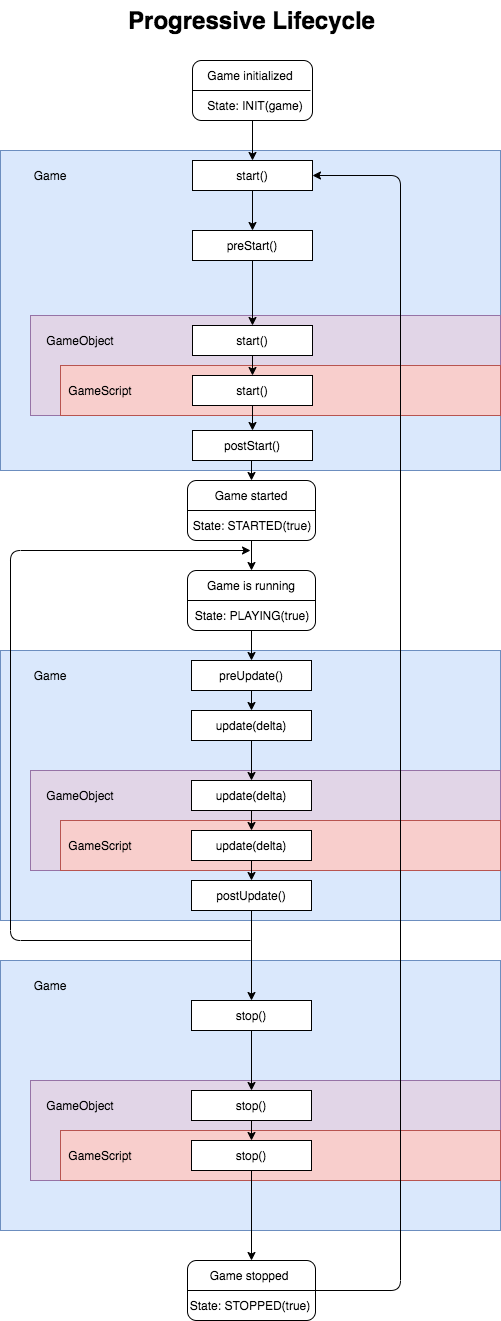
Above: Progressive lifecycle.png in CrissNamon/progressive (draw.io), before the change. Source tidied: cells renumbered, new cells last; positions are measured from the earlier drawing's top-left corner, leaving out a move shared by most shapes.
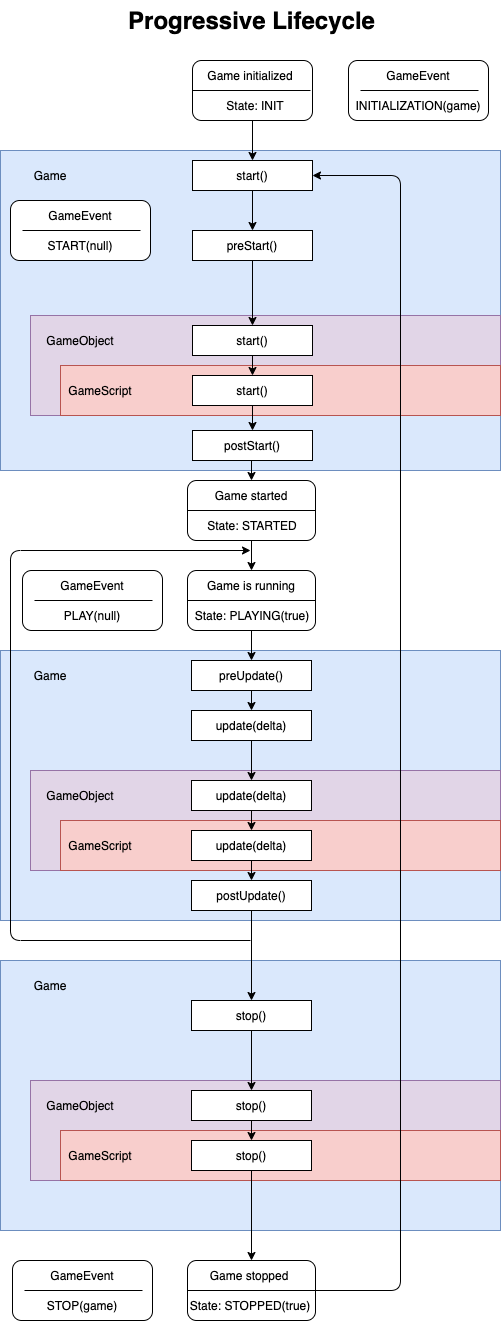
Later version of the same file.

The edit, as a diff of the source:
```diff
@@ -41,7 +41,7 @@
     <mxCell id="14" value="Game initialized" style="text;html=1;strokeColor=none;fillColor=none;align=center;verticalAlign=middle;whiteSpace=wrap;rounded=0;" parent="1" vertex="1">
       <mxGeometry x="195" y="65" width="110" height="20" as="geometry" />
     </mxCell>
-    <mxCell id="15" value="State: INIT(game)" style="text;html=1;strokeColor=none;fillColor=none;align=center;verticalAlign=middle;whiteSpace=wrap;rounded=0;" parent="1" vertex="1">
+    <mxCell id="15" value="State: INIT" style="text;html=1;strokeColor=none;fillColor=none;align=center;verticalAlign=middle;whiteSpace=wrap;rounded=0;" parent="1" vertex="1">
       <mxGeometry x="200" y="95" width="110" height="20" as="geometry" />
     </mxCell>
     <mxCell id="16" style="edgeStyle=orthogonalEdgeStyle;rounded=0;jettySize=auto;html=1;exitX=0.5;exitY=1;exitDx=0;exitDy=0;entryX=0.5;entryY=0;entryDx=0;entryDy=0;" parent="1" edge="1" source="17" target="22">
@@ -56,7 +56,7 @@
     <mxCell id="19" value="Game started" style="text;html=1;strokeColor=none;fillColor=none;align=center;verticalAlign=middle;whiteSpace=wrap;rounded=0;" parent="1" vertex="1">
       <mxGeometry x="196" y="485" width="110" height="20" as="geometry" />
     </mxCell>
-    <mxCell id="20" value="State: STARTED(true)" style="text;html=1;strokeColor=none;fillColor=none;align=center;verticalAlign=middle;whiteSpace=wrap;rounded=0;" parent="1" vertex="1">
+    <mxCell id="20" value="State: STARTED" style="text;html=1;strokeColor=none;fillColor=none;align=center;verticalAlign=middle;whiteSpace=wrap;rounded=0;" parent="1" vertex="1">
       <mxGeometry x="187" y="515" width="130" height="20" as="geometry" />
     </mxCell>
     <mxCell id="21" style="edgeStyle=orthogonalEdgeStyle;rounded=0;jettySize=auto;html=1;exitX=0.5;exitY=1;exitDx=0;exitDy=0;entryX=0.5;entryY=0;entryDx=0;entryDy=0;" parent="1" edge="1" source="22" target="12">
@@ -212,5 +212,53 @@
         </Array>
       </mxGeometry>
     </mxCell>
+    <mxCell id="68" style="rounded=1;whiteSpace=wrap;html=1;" parent="1" vertex="1">
+      <mxGeometry x="348" y="60" width="140" height="60" as="geometry" />
+    </mxCell>
+    <mxCell id="69" style="line;strokeWidth=1;html=1;" parent="1" vertex="1">
+      <mxGeometry x="360" y="85" width="118" height="10" as="geometry" />
+    </mxCell>
+    <mxCell id="70" value="GameEvent" style="text;html=1;strokeColor=none;fillColor=none;align=center;verticalAlign=middle;whiteSpace=wrap;rounded=0;" parent="1" vertex="1">
+      <mxGeometry x="363" y="65" width="110" height="20" as="geometry" />
+    </mxCell>
+    <mxCell id="71" value="INITIALIZATION(game)" style="text;html=1;strokeColor=none;fillColor=none;align=center;verticalAlign=middle;whiteSpace=wrap;rounded=0;" parent="1" vertex="1">
+      <mxGeometry x="363" y="95" width="110" height="20" as="geometry" />
+    </mxCell>
+    <mxCell id="72" style="rounded=1;whiteSpace=wrap;html=1;" parent="1" vertex="1">
+      <mxGeometry x="10" y="200" width="140" height="60" as="geometry" />
+    </mxCell>
+    <mxCell id="73" style="line;strokeWidth=1;html=1;" parent="1" vertex="1">
+      <mxGeometry x="22" y="225" width="118" height="10" as="geometry" />
+    </mxCell>
+    <mxCell id="74" value="GameEvent" style="text;html=1;strokeColor=none;fillColor=none;align=center;verticalAlign=middle;whiteSpace=wrap;rounded=0;" parent="1" vertex="1">
+      <mxGeometry x="25" y="205" width="110" height="20" as="geometry" />
+    </mxCell>
+    <mxCell id="75" value="START(null)" style="text;html=1;strokeColor=none;fillColor=none;align=center;verticalAlign=middle;whiteSpace=wrap;rounded=0;" parent="1" vertex="1">
+      <mxGeometry x="25" y="235" width="110" height="20" as="geometry" />
+    </mxCell>
+    <mxCell id="76" style="rounded=1;whiteSpace=wrap;html=1;" parent="1" vertex="1">
+      <mxGeometry x="22" y="570" width="140" height="60" as="geometry" />
+    </mxCell>
+    <mxCell id="77" style="line;strokeWidth=1;html=1;" parent="1" vertex="1">
+      <mxGeometry x="34" y="595" width="118" height="10" as="geometry" />
+    </mxCell>
+    <mxCell id="78" value="GameEvent" style="text;html=1;strokeColor=none;fillColor=none;align=center;verticalAlign=middle;whiteSpace=wrap;rounded=0;" parent="1" vertex="1">
+      <mxGeometry x="37" y="575" width="110" height="20" as="geometry" />
+    </mxCell>
+    <mxCell id="79" value="PLAY(null)" style="text;html=1;strokeColor=none;fillColor=none;align=center;verticalAlign=middle;whiteSpace=wrap;rounded=0;" parent="1" vertex="1">
+      <mxGeometry x="37" y="605" width="110" height="20" as="geometry" />
+    </mxCell>
+    <mxCell id="80" style="rounded=1;whiteSpace=wrap;html=1;" parent="1" vertex="1">
+      <mxGeometry x="12" y="1260" width="140" height="60" as="geometry" />
+    </mxCell>
+    <mxCell id="81" style="line;strokeWidth=1;html=1;" parent="1" vertex="1">
+      <mxGeometry x="24" y="1285" width="118" height="10" as="geometry" />
+    </mxCell>
+    <mxCell id="82" value="GameEvent" style="text;html=1;strokeColor=none;fillColor=none;align=center;verticalAlign=middle;whiteSpace=wrap;rounded=0;" parent="1" vertex="1">
+      <mxGeometry x="27" y="1265" width="110" height="20" as="geometry" />
+    </mxCell>
+    <mxCell id="83" value="STOP(game)" style="text;html=1;strokeColor=none;fillColor=none;align=center;verticalAlign=middle;whiteSpace=wrap;rounded=0;" parent="1" vertex="1">
+      <mxGeometry x="27" y="1295" width="110" height="20" as="geometry" />
+    </mxCell>
   </root>
 </mxGraphModel>
```
